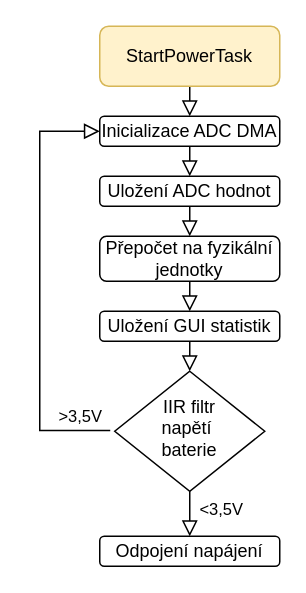
Before: page "PowerTask" (3 of 9) of Thesis/drawio/vývojové diagramy.drawio in marouncz/IMU-navigation, a draw.io diagram. Source tidied: cells renumbered, new cells numbered last; positions are measured from the earlier drawing's top-left corner, leaving out a move shared by most shapes. Both pictures are drawn from the tidied source at 150%, with x=0, y=0 at pixel (39, 26).
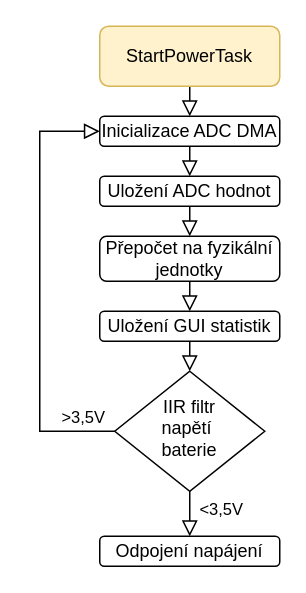
After the change.

Unchanged cells that the change refers to:
```xml
<mxCell id="4" value="Inicializace ADC DMA" style="rounded=1;whiteSpace=wrap;html=1;fontSize=12;glass=0;strokeWidth=1;shadow=0;fontFamily=Helvetica;" parent="1" vertex="1">
  <mxGeometry x="40" y="60" width="120" height="20" as="geometry" />
</mxCell>
<mxCell id="10" value="IIR filtr &lt;br&gt;napětí&amp;nbsp;&lt;br&gt;baterie" style="rhombus;whiteSpace=wrap;html=1;shadow=0;fontFamily=Helvetica;fontSize=12;align=center;strokeWidth=1;spacing=6;spacingTop=-4;" parent="1" vertex="1">
  <mxGeometry x="50" y="230" width="100" height="80" as="geometry" />
</mxCell>
```

Change to the diagram source:
```diff
@@
-    <mxCell id="11" style="rounded=0;html=1;jettySize=auto;fontSize=11;endArrow=block;endFill=0;endSize=8;strokeWidth=1;shadow=0;labelBackgroundColor=none;edgeStyle=orthogonalEdgeStyle;entryX=0;entryY=0.5;entryDx=0;entryDy=0;exitX=-0.03;exitY=0.494;exitDx=0;exitDy=0;exitPerimeter=0;" parent="1" edge="1" source="10" target="4">
+    <mxCell id="11" style="rounded=0;html=1;jettySize=auto;fontSize=11;endArrow=block;endFill=0;endSize=8;strokeWidth=1;shadow=0;labelBackgroundColor=none;edgeStyle=orthogonalEdgeStyle;entryX=0;entryY=0.5;entryDx=0;entryDy=0;exitX=0;exitY=0.5;exitDx=0;exitDy=0;" parent="1" edge="1" source="10" target="4">
       <mxGeometry relative="1" as="geometry">
         <Array as="points">
           <mxPoint y="270" />
           <mxPoint y="70" />
         </Array>
       </mxGeometry>
     </mxCell>
```
